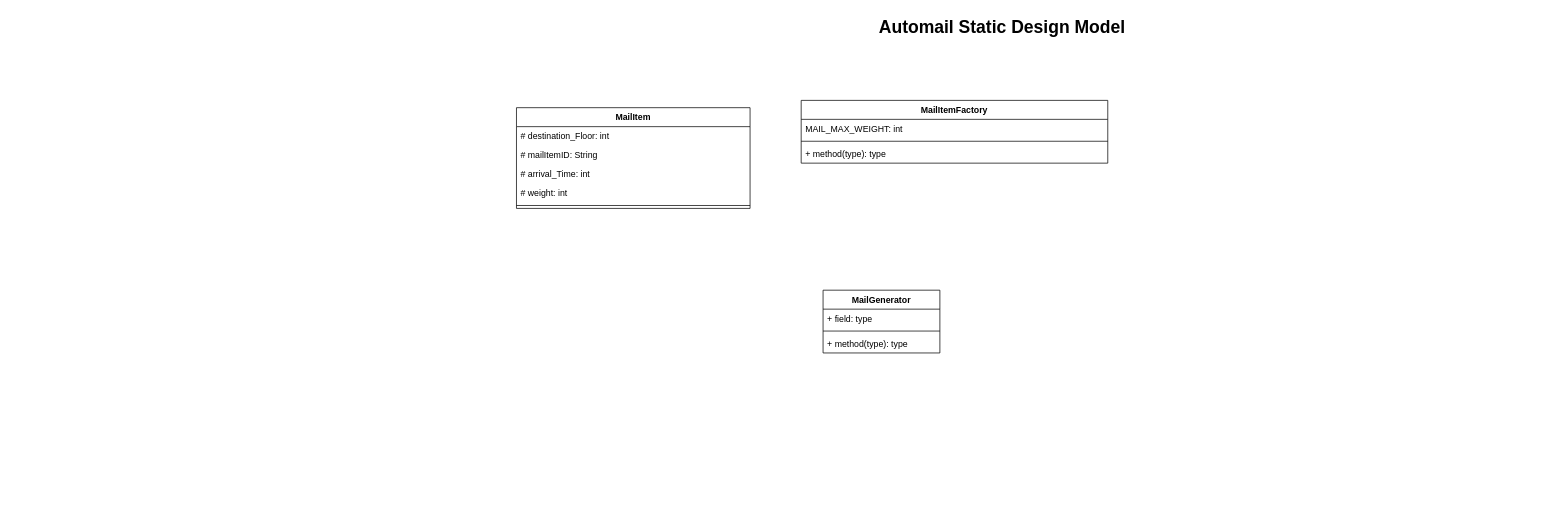
Before: Automail/Static-design-model.drawio in UOM-Su/swen30006-Project-1, a draw.io diagram. Source tidied: cells renumbered, new cells numbered last; positions are measured from the earlier drawing's top-left corner, leaving out a move shared by most shapes. Both pictures are drawn from the tidied source at 73%, with x=0, y=0 at pixel (450, 12).
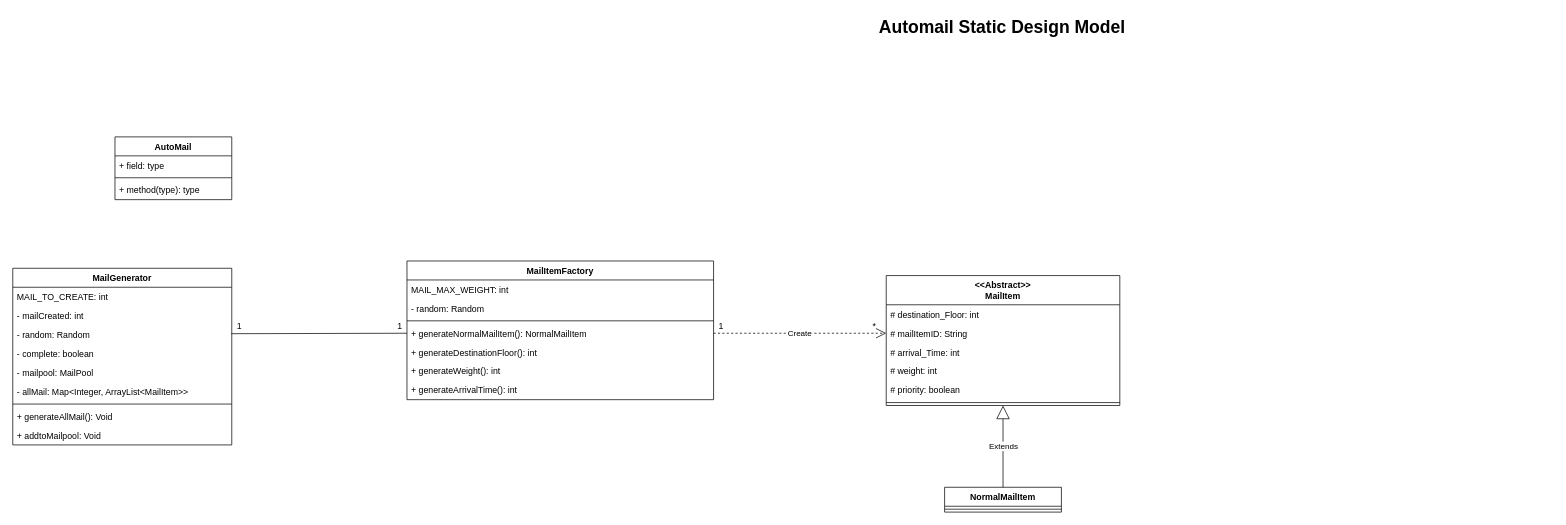
Above is the later version.

The edit, as a diff of the source:
```diff
@@
+    <mxCell id="13" value="MailItemFactory" style="swimlane;fontStyle=1;align=center;verticalAlign=top;horizontal=1;startSize=26;" parent="1" vertex="1">
+      <mxGeometry x="-60" y="340" width="420" height="190" as="geometry" />
+    </mxCell>
+    <mxCell id="14" value="MAIL_MAX_WEIGHT: int" style="text;strokeColor=none;fillColor=none;align=left;verticalAlign=top;spacingLeft=4;spacingRight=4;overflow=hidden;" parent="13" vertex="1">
+      <mxGeometry y="26" width="420" height="26" as="geometry" />
+    </mxCell>
+    <mxCell id="17" value="- random: Random" style="text;strokeColor=none;fillColor=none;align=left;verticalAlign=top;spacingLeft=4;spacingRight=4;overflow=hidden;" parent="13" vertex="1">
+      <mxGeometry y="52" width="420" height="26" as="geometry" />
+    </mxCell>
+    <mxCell id="15" style="line;strokeWidth=1;fillColor=none;align=left;verticalAlign=middle;spacingTop=-1;spacingLeft=3;spacingRight=3;labelPosition=right;" parent="13" vertex="1">
+      <mxGeometry y="78" width="420" height="8" as="geometry" />
+    </mxCell>
+    <mxCell id="16" value="+ generateNormalMailItem(): NormalMailItem" style="text;strokeColor=none;fillColor=none;align=left;verticalAlign=top;spacingLeft=4;spacingRight=4;overflow=hidden;points=[[0,0.5],[1,0.5]];portConstraint=eastwest;" parent="13" vertex="1">
+      <mxGeometry y="86" width="420" height="26" as="geometry" />
+    </mxCell>
+    <mxCell id="18" value="+ generateDestinationFloor(): int" style="text;strokeColor=none;fillColor=none;align=left;verticalAlign=top;spacingLeft=4;spacingRight=4;overflow=hidden;" parent="13" vertex="1">
+      <mxGeometry y="112" width="420" height="26" as="geometry" />
+    </mxCell>
+    <mxCell id="19" value="+ generateWeight(): int" style="text;strokeColor=none;fillColor=none;align=left;verticalAlign=top;spacingLeft=4;spacingRight=4;overflow=hidden;" parent="13" vertex="1">
+      <mxGeometry y="138" width="420" height="26" as="geometry" />
+    </mxCell>
+    <mxCell id="20" value="+ generateArrivalTime(): int" style="text;strokeColor=none;fillColor=none;align=left;verticalAlign=top;spacingLeft=4;spacingRight=4;overflow=hidden;" parent="13" vertex="1">
+      <mxGeometry y="164" width="420" height="26" as="geometry" />
+    </mxCell>
+    <mxCell id="21" value="Create" style="endArrow=open;endSize=12;dashed=1;html=1;entryX=0;entryY=0.5;entryDx=0;entryDy=0;exitX=1;exitY=0.5;exitDx=0;exitDy=0;" parent="1" edge="1" source="16" target="5">
+      <mxGeometry relative="1" as="geometry" />
+    </mxCell>
+    <mxCell id="22" value="NormalMailItem" style="swimlane;fontStyle=1;align=center;verticalAlign=top;horizontal=1;startSize=26;" parent="1" vertex="1">
+      <mxGeometry x="676.5" y="650" width="160" height="34" as="geometry" />
+    </mxCell>
+    <mxCell id="23" style="line;strokeWidth=1;fillColor=none;align=left;verticalAlign=middle;spacingTop=-1;spacingLeft=3;spacingRight=3;labelPosition=right;" parent="22" vertex="1">
+      <mxGeometry y="26" width="160" height="8" as="geometry" />
+    </mxCell>
+    <mxCell id="24" value="Extends" style="endArrow=block;endSize=16;endFill=0;html=1;entryX=0.5;entryY=1;entryDx=0;entryDy=0;exitX=0.5;exitY=0;exitDx=0;exitDy=0;" parent="1" edge="1" source="22" target="3">
+      <mxGeometry relative="1" as="geometry" />
+    </mxCell>
-    <mxCell id="3" value="MailItem" style="swimlane;fontStyle=1;align=center;verticalAlign=top;horizontal=1;startSize=26;" parent="1" vertex="1">
-      <mxGeometry x="90" y="130" width="320" height="138" as="geometry" />
+    <mxCell id="3" value="&lt;&lt;Abstract&gt;&gt;&#10;MailItem" style="swimlane;fontStyle=1;align=center;verticalAlign=top;horizontal=1;startSize=40;" parent="1" vertex="1">
+      <mxGeometry x="596.5" y="360" width="320" height="178" as="geometry" />
     </mxCell>
     <mxCell id="4" value="# destination_Floor: int" style="text;strokeColor=none;fillColor=none;align=left;verticalAlign=top;spacingLeft=4;spacingRight=4;overflow=hidden;" parent="3" vertex="1">
-      <mxGeometry y="26" width="320" height="26" as="geometry" />
+      <mxGeometry y="40" width="320" height="26" as="geometry" />
     </mxCell>
     <mxCell id="5" value="# mailItemID: String" style="text;strokeColor=none;fillColor=none;align=left;verticalAlign=top;spacingLeft=4;spacingRight=4;overflow=hidden;points=[[0,0.5],[1,0.5]];portConstraint=eastwest;" parent="3" vertex="1">
-      <mxGeometry y="52" width="320" height="26" as="geometry" />
+      <mxGeometry y="66" width="320" height="26" as="geometry" />
     </mxCell>
     <mxCell id="6" value="# arrival_Time: int" style="text;strokeColor=none;fillColor=none;align=left;verticalAlign=top;spacingLeft=4;spacingRight=4;overflow=hidden;" parent="3" vertex="1">
-      <mxGeometry y="78" width="320" height="26" as="geometry" />
+      <mxGeometry y="92" width="320" height="26" as="geometry" />
     </mxCell>
     <mxCell id="7" value="# weight: int" style="text;strokeColor=none;fillColor=none;align=left;verticalAlign=top;spacingLeft=4;spacingRight=4;overflow=hidden;" parent="3" vertex="1">
-      <mxGeometry y="104" width="320" height="26" as="geometry" />
+      <mxGeometry y="118" width="320" height="26" as="geometry" />
     </mxCell>
+    <mxCell id="25" value="# priority: boolean" style="text;strokeColor=none;fillColor=none;align=left;verticalAlign=top;spacingLeft=4;spacingRight=4;overflow=hidden;" parent="3" vertex="1">
+      <mxGeometry y="144" width="320" height="26" as="geometry" />
+    </mxCell>
     <mxCell id="8" style="line;strokeWidth=1;fillColor=none;align=left;verticalAlign=middle;spacingTop=-1;spacingLeft=3;spacingRight=3;labelPosition=right;" parent="3" vertex="1">
-      <mxGeometry y="130" width="320" height="8" as="geometry" />
+      <mxGeometry y="170" width="320" height="8" as="geometry" />
     </mxCell>
+    <mxCell id="26" value="AutoMail" style="swimlane;fontStyle=1;align=center;verticalAlign=top;horizontal=1;startSize=26;" parent="1" vertex="1">
+      <mxGeometry x="-460" y="170" width="160" height="86" as="geometry" />
+    </mxCell>
+    <mxCell id="27" value="+ field: type" style="text;strokeColor=none;fillColor=none;align=left;verticalAlign=top;spacingLeft=4;spacingRight=4;overflow=hidden;" parent="26" vertex="1">
+      <mxGeometry y="26" width="160" height="26" as="geometry" />
+    </mxCell>
+    <mxCell id="28" style="line;strokeWidth=1;fillColor=none;align=left;verticalAlign=middle;spacingTop=-1;spacingLeft=3;spacingRight=3;labelPosition=right;" parent="26" vertex="1">
+      <mxGeometry y="52" width="160" height="8" as="geometry" />
+    </mxCell>
+    <mxCell id="29" value="+ method(type): type" style="text;strokeColor=none;fillColor=none;align=left;verticalAlign=top;spacingLeft=4;spacingRight=4;overflow=hidden;" parent="26" vertex="1">
+      <mxGeometry y="60" width="160" height="26" as="geometry" />
+    </mxCell>
+    <mxCell id="30" style="endArrow=none;html=1;exitX=0.998;exitY=0.447;exitDx=0;exitDy=0;entryX=0;entryY=0.5;entryDx=0;entryDy=0;exitPerimeter=0;" parent="1" edge="1" source="32" target="16">
+      <mxGeometry relative="1" as="geometry" />
+    </mxCell>
     <mxCell id="9" value="MailGenerator" style="swimlane;fontStyle=1;align=center;verticalAlign=top;horizontal=1;startSize=26;" parent="1" vertex="1">
-      <mxGeometry x="510" y="380" width="160" height="86" as="geometry" />
+      <mxGeometry x="-600" y="350" width="300" height="242" as="geometry" />
     </mxCell>
-    <mxCell id="10" value="+ field: type" style="text;strokeColor=none;fillColor=none;align=left;verticalAlign=top;spacingLeft=4;spacingRight=4;overflow=hidden;" parent="9" vertex="1">
-      <mxGeometry y="26" width="160" height="26" as="geometry" />
+    <mxCell id="10" value="MAIL_TO_CREATE: int" style="text;strokeColor=none;fillColor=none;align=left;verticalAlign=top;spacingLeft=4;spacingRight=4;overflow=hidden;" parent="9" vertex="1">
+      <mxGeometry y="26" width="300" height="26" as="geometry" />
     </mxCell>
+    <mxCell id="31" value="- mailCreated: int" style="text;strokeColor=none;fillColor=none;align=left;verticalAlign=top;spacingLeft=4;spacingRight=4;overflow=hidden;" parent="9" vertex="1">
+      <mxGeometry y="52" width="300" height="26" as="geometry" />
+    </mxCell>
+    <mxCell id="32" value="- random: Random" style="text;strokeColor=none;fillColor=none;align=left;verticalAlign=top;spacingLeft=4;spacingRight=4;overflow=hidden;points=[[0,0.5],[1,0.5]];portConstraint=eastwest;" parent="9" vertex="1">
+      <mxGeometry y="78" width="300" height="26" as="geometry" />
+    </mxCell>
+    <mxCell id="33" value="- complete: boolean" style="text;strokeColor=none;fillColor=none;align=left;verticalAlign=top;spacingLeft=4;spacingRight=4;overflow=hidden;" parent="9" vertex="1">
+      <mxGeometry y="104" width="300" height="26" as="geometry" />
+    </mxCell>
+    <mxCell id="34" value="- mailpool: MailPool" style="text;strokeColor=none;fillColor=none;align=left;verticalAlign=top;spacingLeft=4;spacingRight=4;overflow=hidden;" parent="9" vertex="1">
+      <mxGeometry y="130" width="300" height="26" as="geometry" />
+    </mxCell>
+    <mxCell id="35" value="- allMail: Map&lt;Integer, ArrayList&lt;MailItem&gt;&gt;" style="text;strokeColor=none;fillColor=none;align=left;verticalAlign=top;spacingLeft=4;spacingRight=4;overflow=hidden;" parent="9" vertex="1">
+      <mxGeometry y="156" width="300" height="26" as="geometry" />
+    </mxCell>
     <mxCell id="11" style="line;strokeWidth=1;fillColor=none;align=left;verticalAlign=middle;spacingTop=-1;spacingLeft=3;spacingRight=3;labelPosition=right;" parent="9" vertex="1">
-      <mxGeometry y="52" width="160" height="8" as="geometry" />
+      <mxGeometry y="182" width="300" height="8" as="geometry" />
     </mxCell>
-    <mxCell id="12" value="+ method(type): type" style="text;strokeColor=none;fillColor=none;align=left;verticalAlign=top;spacingLeft=4;spacingRight=4;overflow=hidden;" parent="9" vertex="1">
-      <mxGeometry y="60" width="160" height="26" as="geometry" />
+    <mxCell id="12" value="+ generateAllMail(): Void" style="text;strokeColor=none;fillColor=none;align=left;verticalAlign=top;spacingLeft=4;spacingRight=4;overflow=hidden;" parent="9" vertex="1">
+      <mxGeometry y="190" width="300" height="26" as="geometry" />
     </mxCell>
-    <mxCell id="13" value="MailItemFactory" style="swimlane;fontStyle=1;align=center;verticalAlign=top;horizontal=1;startSize=26;" parent="1" vertex="1">
-      <mxGeometry x="480" y="120" width="420" height="86" as="geometry" />
-    </mxCell>
-    <mxCell id="14" value="MAIL_MAX_WEIGHT: int" style="text;strokeColor=none;fillColor=none;align=left;verticalAlign=top;spacingLeft=4;spacingRight=4;overflow=hidden;" parent="13" vertex="1">
-      <mxGeometry y="26" width="420" height="26" as="geometry" />
-    </mxCell>
-    <mxCell id="15" style="line;strokeWidth=1;fillColor=none;align=left;verticalAlign=middle;spacingTop=-1;spacingLeft=3;spacingRight=3;labelPosition=right;" parent="13" vertex="1">
-      <mxGeometry y="52" width="420" height="8" as="geometry" />
-    </mxCell>
-    <mxCell id="16" value="+ method(type): type" style="text;strokeColor=none;fillColor=none;align=left;verticalAlign=top;spacingLeft=4;spacingRight=4;overflow=hidden;points=[[0,0.5],[1,0.5]];portConstraint=eastwest;" parent="13" vertex="1">
-      <mxGeometry y="60" width="420" height="26" as="geometry" />
-    </mxCell>
+    <mxCell id="36" value="+ addtoMailpool: Void" style="text;strokeColor=none;fillColor=none;align=left;verticalAlign=top;spacingLeft=4;spacingRight=4;overflow=hidden;" parent="9" vertex="1">
+      <mxGeometry y="216" width="300" height="26" as="geometry" />
+    </mxCell>
+    <mxCell id="37" value="1" style="text;html=1;align=center;verticalAlign=middle;" parent="1" vertex="1">
+      <mxGeometry x="360" y="420" width="20" height="20" as="geometry" />
+    </mxCell>
+    <mxCell id="38" value="*" style="text;html=1;align=center;verticalAlign=middle;" parent="1" vertex="1">
+      <mxGeometry x="570" y="420" width="20" height="20" as="geometry" />
+    </mxCell>
+    <mxCell id="39" value="1" style="text;html=1;align=center;verticalAlign=middle;" parent="1" vertex="1">
+      <mxGeometry x="-300" y="420" width="20" height="20" as="geometry" />
+    </mxCell>
+    <mxCell id="40" value="1" style="text;html=1;align=center;verticalAlign=middle;" parent="1" vertex="1">
+      <mxGeometry x="-80" y="420" width="20" height="20" as="geometry" />
+    </mxCell>
```
